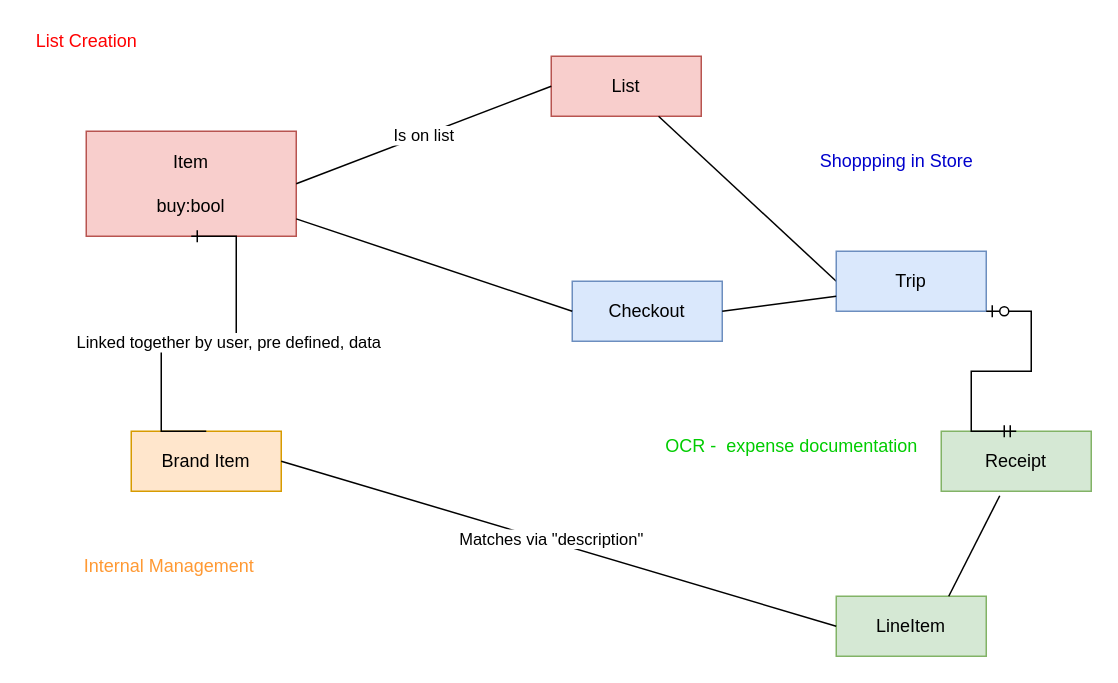
This is docs/Untitled Diagram.drawio from NiklasMerz/shoppinglist, a draw.io file, before an edit. Source tidied: cells renumbered, new cells numbered last; positions are measured from the earlier drawing's top-left corner, leaving out a move shared by most shapes. Both pictures are drawn from the tidied source at 150%, with x=0, y=0 at pixel (26, 26).
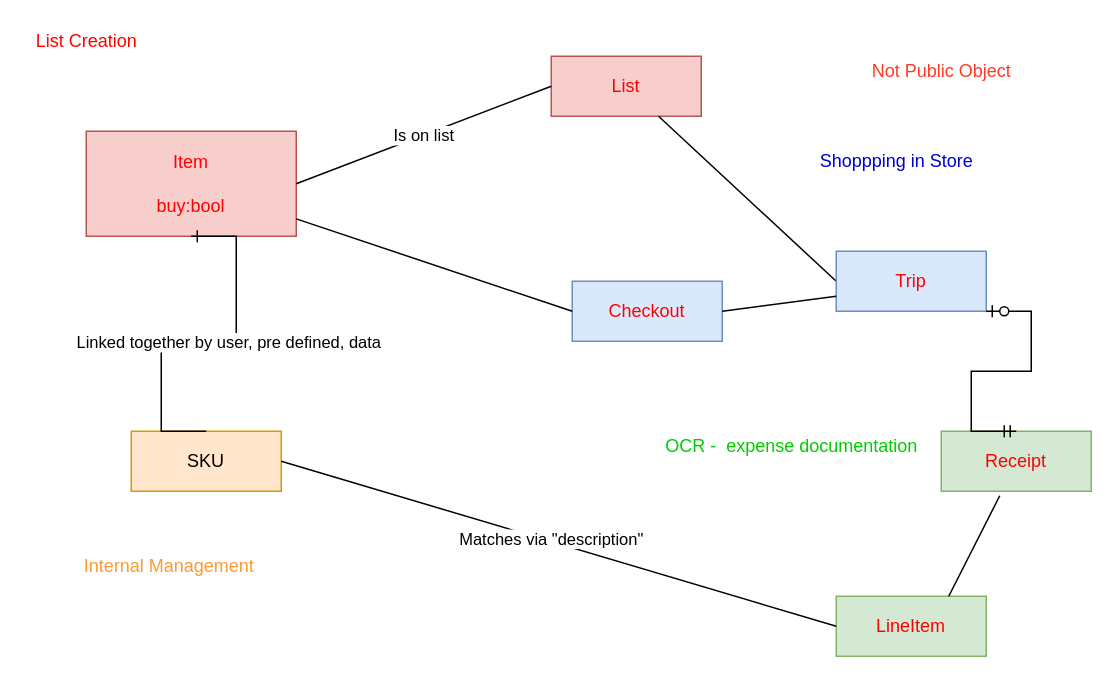
Above is the later version.

Commit message:
Permission sketch

Change to the diagram source:
```diff
@@
-    <mxCell id="2" value="&lt;div&gt;Item&lt;/div&gt;&lt;div&gt;&lt;br&gt;&lt;/div&gt;&lt;div&gt;buy:bool&lt;br&gt;&lt;/div&gt;" style="whiteSpace=wrap;html=1;align=center;fillColor=#f8cecc;strokeColor=#b85450;" parent="1" vertex="1">
+    <mxCell id="2" value="&lt;div&gt;&lt;font color=&quot;#FF0000&quot;&gt;Item&lt;/font&gt;&lt;/div&gt;&lt;div&gt;&lt;font color=&quot;#FF0000&quot;&gt;&lt;br&gt;&lt;/font&gt;&lt;/div&gt;&lt;div&gt;&lt;font color=&quot;#FF0000&quot;&gt;buy:bool&lt;br&gt;&lt;/font&gt;&lt;/div&gt;" style="whiteSpace=wrap;html=1;align=center;fillColor=#f8cecc;strokeColor=#b85450;" parent="1" vertex="1">
       <mxGeometry x="40" y="70" width="140" height="70" as="geometry" />
     </mxCell>
-    <mxCell id="3" value="Brand Item" style="whiteSpace=wrap;html=1;align=center;fillColor=#ffe6cc;strokeColor=#d79b00;" parent="1" vertex="1">
+    <mxCell id="3" value="SKU" style="whiteSpace=wrap;html=1;align=center;fillColor=#ffe6cc;strokeColor=#d79b00;" parent="1" vertex="1">
       <mxGeometry x="70" y="270" width="100" height="40" as="geometry" />
     </mxCell>
@@
-    <mxCell id="6" value="List" style="whiteSpace=wrap;html=1;align=center;fillColor=#f8cecc;strokeColor=#b85450;" parent="1" vertex="1">
+    <mxCell id="6" value="&lt;font color=&quot;#FF0000&quot;&gt;List&lt;/font&gt;" style="whiteSpace=wrap;html=1;align=center;fillColor=#f8cecc;strokeColor=#b85450;" parent="1" vertex="1">
       <mxGeometry x="350" y="20" width="100" height="40" as="geometry" />
     </mxCell>
@@
-    <mxCell id="9" value="Trip" style="whiteSpace=wrap;html=1;align=center;fillColor=#dae8fc;strokeColor=#6c8ebf;" parent="1" vertex="1">
+    <mxCell id="9" value="&lt;font color=&quot;#FF0000&quot;&gt;Trip&lt;/font&gt;" style="whiteSpace=wrap;html=1;align=center;fillColor=#dae8fc;strokeColor=#6c8ebf;" parent="1" vertex="1">
       <mxGeometry x="540" y="150" width="100" height="40" as="geometry" />
     </mxCell>
-    <mxCell id="10" value="Checkout" style="whiteSpace=wrap;html=1;align=center;fillColor=#dae8fc;strokeColor=#6c8ebf;" parent="1" vertex="1">
+    <mxCell id="10" value="&lt;font color=&quot;#FF0000&quot;&gt;Checkout&lt;/font&gt;" style="whiteSpace=wrap;html=1;align=center;fillColor=#dae8fc;strokeColor=#6c8ebf;" parent="1" vertex="1">
       <mxGeometry x="364" y="170" width="100" height="40" as="geometry" />
     </mxCell>
@@
-    <mxCell id="13" value="&lt;div&gt;Receipt&lt;/div&gt;" style="whiteSpace=wrap;html=1;align=center;fillColor=#d5e8d4;strokeColor=#82b366;" parent="1" vertex="1">
+    <mxCell id="13" value="&lt;div&gt;&lt;font color=&quot;#FF0000&quot;&gt;Receipt&lt;/font&gt;&lt;/div&gt;" style="whiteSpace=wrap;html=1;align=center;fillColor=#d5e8d4;strokeColor=#82b366;" parent="1" vertex="1">
       <mxGeometry x="610" y="270" width="100" height="40" as="geometry" />
     </mxCell>
@@
-    <mxCell id="15" value="LineItem" style="whiteSpace=wrap;html=1;align=center;fillColor=#d5e8d4;strokeColor=#82b366;" parent="1" vertex="1">
+    <mxCell id="15" value="&lt;font color=&quot;#FF0000&quot;&gt;LineItem&lt;/font&gt;" style="whiteSpace=wrap;html=1;align=center;fillColor=#d5e8d4;strokeColor=#82b366;" parent="1" vertex="1">
       <mxGeometry x="540" y="380" width="100" height="40" as="geometry" />
     </mxCell>
@@
+    <mxCell id="23" value="&lt;font color=&quot;#FF3A24&quot;&gt;Not Public Object&lt;/font&gt;" style="text;html=1;align=center;verticalAlign=middle;strokeColor=none;fillColor=none;" parent="1" vertex="1">
+      <mxGeometry x="555" y="20" width="110" height="20" as="geometry" />
+    </mxCell>
```
